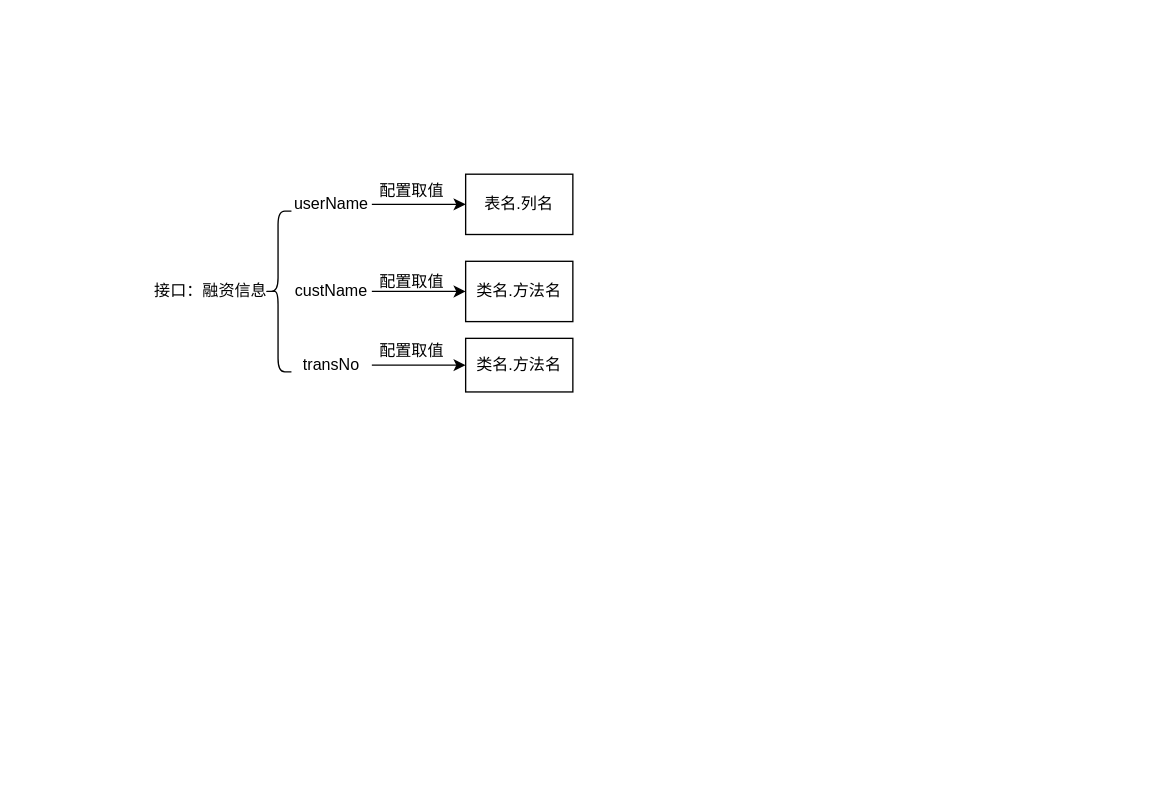
Above: 未命名绘图.drawio in zhouwenxing/draw.io (draw.io), before the change. Source tidied: cells renumbered, new cells numbered last; positions are measured from the earlier drawing's top-left corner, leaving out a move shared by most shapes. Both pictures are drawn from the tidied source at 134%, with x=0, y=0 at pixel (50, 170).
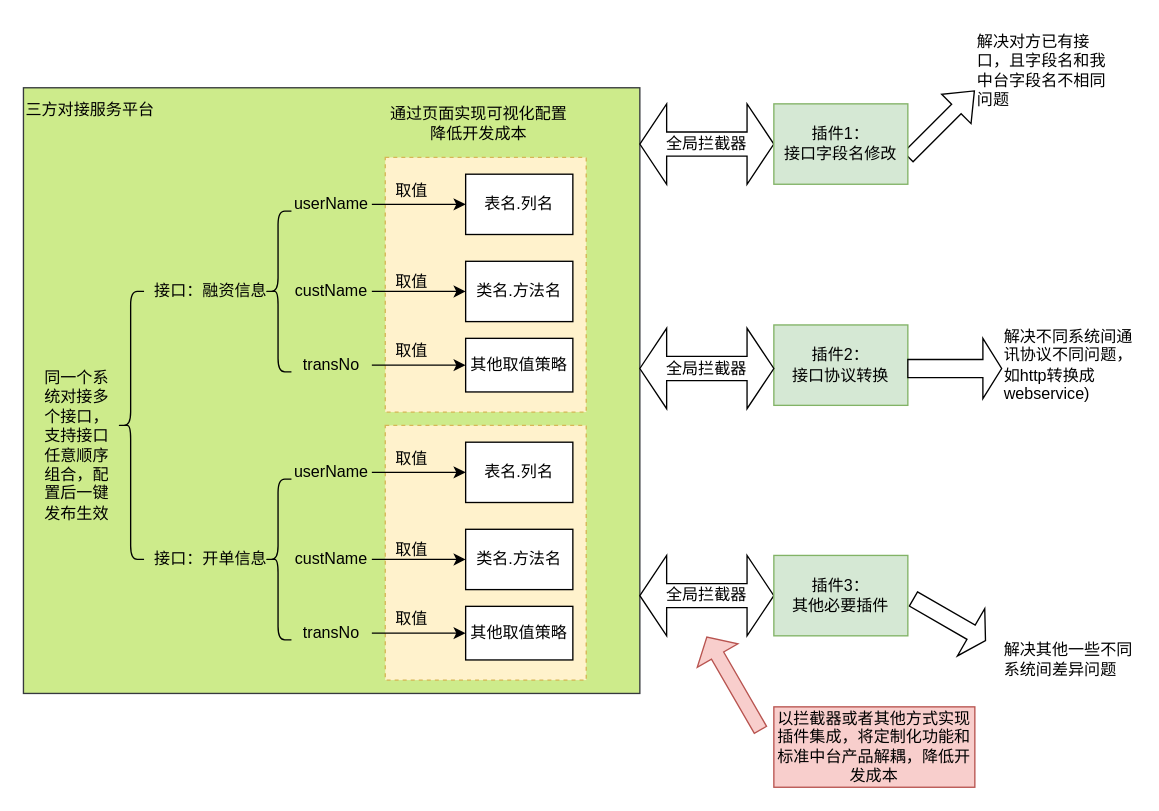
The same page after the edit.

Commit message:
三方对接平台.drawio

Change to the diagram source:
```diff
@@
+    <mxCell id="17" style="rounded=0;whiteSpace=wrap;html=1;fillColor=#cdeb8b;strokeColor=#36393d;" parent="1" vertex="1">
+      <mxGeometry x="-20" y="-62" width="460" height="452" as="geometry" />
+    </mxCell>
+    <mxCell id="18" style="rounded=0;whiteSpace=wrap;html=1;fillColor=#fff2cc;strokeColor=#d6b656;dashed=1;" parent="1" vertex="1">
+      <mxGeometry x="250" y="-10" width="150" height="190" as="geometry" />
+    </mxCell>
@@
-    <mxCell id="13" value="&lt;div&gt;类名.方法名&lt;/div&gt;" style="rounded=0;whiteSpace=wrap;html=1;" parent="1" vertex="1">
+    <mxCell id="13" value="其他取值策略" style="rounded=0;whiteSpace=wrap;html=1;" parent="1" vertex="1">
       <mxGeometry x="310" y="125" width="80" height="40" as="geometry" />
     </mxCell>
-    <mxCell id="14" value="&lt;span style=&quot;text-wrap-mode: nowrap;&quot;&gt;配置取值&lt;/span&gt;" style="text;html=1;align=center;verticalAlign=middle;whiteSpace=wrap;rounded=0;" parent="1" vertex="1">
+    <mxCell id="14" value="&lt;span style=&quot;text-wrap-mode: nowrap;&quot;&gt;取值&lt;/span&gt;" style="text;html=1;align=center;verticalAlign=middle;whiteSpace=wrap;rounded=0;" parent="1" vertex="1">
       <mxGeometry x="240" width="60" height="30" as="geometry" />
     </mxCell>
-    <mxCell id="15" value="&lt;span style=&quot;text-wrap-mode: nowrap;&quot;&gt;配置取值&lt;/span&gt;" style="text;html=1;align=center;verticalAlign=middle;whiteSpace=wrap;rounded=0;" parent="1" vertex="1">
+    <mxCell id="15" value="&lt;span style=&quot;text-wrap-mode: nowrap;&quot;&gt;取值&lt;/span&gt;" style="text;html=1;align=center;verticalAlign=middle;whiteSpace=wrap;rounded=0;" parent="1" vertex="1">
       <mxGeometry x="240" y="67.5" width="60" height="30" as="geometry" />
     </mxCell>
-    <mxCell id="16" value="&lt;span style=&quot;text-wrap-mode: nowrap;&quot;&gt;配置取值&lt;/span&gt;" style="text;html=1;align=center;verticalAlign=middle;whiteSpace=wrap;rounded=0;" parent="1" vertex="1">
+    <mxCell id="16" value="&lt;span style=&quot;text-wrap-mode: nowrap;&quot;&gt;取值&lt;/span&gt;" style="text;html=1;align=center;verticalAlign=middle;whiteSpace=wrap;rounded=0;" parent="1" vertex="1">
       <mxGeometry x="240" y="120" width="60" height="30" as="geometry" />
     </mxCell>
+    <mxCell id="19" value="通过页面实现可视化配置&lt;div&gt;降低开发成本&lt;/div&gt;" style="text;html=1;align=center;verticalAlign=middle;whiteSpace=wrap;rounded=0;" parent="1" vertex="1">
+      <mxGeometry x="240" y="-50" width="160" height="30" as="geometry" />
+    </mxCell>
+    <mxCell id="20" style="rounded=0;whiteSpace=wrap;html=1;fillColor=#fff2cc;strokeColor=#d6b656;dashed=1;" parent="1" vertex="1">
+      <mxGeometry x="250" y="190" width="150" height="190" as="geometry" />
+    </mxCell>
+    <mxCell id="21" style="edgeStyle=orthogonalEdgeStyle;rounded=0;jettySize=auto;html=1;" parent="1" edge="1" source="22" target="29">
+      <mxGeometry relative="1" as="geometry" />
+    </mxCell>
+    <mxCell id="22" value="&lt;span style=&quot;text-wrap-mode: nowrap;&quot;&gt;userName&lt;/span&gt;" style="text;html=1;align=center;verticalAlign=middle;whiteSpace=wrap;rounded=0;" parent="1" vertex="1">
+      <mxGeometry x="180" y="210" width="60" height="30" as="geometry" />
+    </mxCell>
+    <mxCell id="23" style="shape=curlyBracket;whiteSpace=wrap;html=1;rounded=1;labelPosition=left;verticalLabelPosition=middle;align=right;verticalAlign=middle;" parent="1" vertex="1">
+      <mxGeometry x="160" y="230" width="20" height="120" as="geometry" />
+    </mxCell>
+    <mxCell id="24" style="edgeStyle=orthogonalEdgeStyle;rounded=0;jettySize=auto;html=1;" parent="1" edge="1" source="25" target="30">
+      <mxGeometry relative="1" as="geometry" />
+    </mxCell>
+    <mxCell id="25" value="&lt;span style=&quot;text-wrap-mode: nowrap;&quot;&gt;custName&lt;/span&gt;" style="text;html=1;align=center;verticalAlign=middle;whiteSpace=wrap;rounded=0;" parent="1" vertex="1">
+      <mxGeometry x="180" y="275" width="60" height="30" as="geometry" />
+    </mxCell>
+    <mxCell id="26" style="edgeStyle=orthogonalEdgeStyle;rounded=0;jettySize=auto;html=1;" parent="1" edge="1" source="27" target="31">
+      <mxGeometry relative="1" as="geometry" />
+    </mxCell>
+    <mxCell id="27" value="&lt;span style=&quot;text-wrap-mode: nowrap;&quot;&gt;transNo&lt;/span&gt;" style="text;html=1;align=center;verticalAlign=middle;whiteSpace=wrap;rounded=0;" parent="1" vertex="1">
+      <mxGeometry x="180" y="330" width="60" height="30" as="geometry" />
+    </mxCell>
+    <mxCell id="28" value="&lt;span style=&quot;text-wrap-mode: nowrap;&quot;&gt;接口：开单信息&lt;/span&gt;" style="text;html=1;align=center;verticalAlign=middle;whiteSpace=wrap;rounded=0;" parent="1" vertex="1">
+      <mxGeometry x="90" y="275" width="60" height="30" as="geometry" />
+    </mxCell>
+    <mxCell id="29" value="&lt;div&gt;表名.列名&lt;/div&gt;" style="rounded=0;whiteSpace=wrap;html=1;" parent="1" vertex="1">
+      <mxGeometry x="310" y="202.5" width="80" height="45" as="geometry" />
+    </mxCell>
+    <mxCell id="30" value="&lt;div&gt;类名.方法名&lt;/div&gt;" style="rounded=0;whiteSpace=wrap;html=1;" parent="1" vertex="1">
+      <mxGeometry x="310" y="267.5" width="80" height="45" as="geometry" />
+    </mxCell>
+    <mxCell id="31" value="其他取值策略" style="rounded=0;whiteSpace=wrap;html=1;" parent="1" vertex="1">
+      <mxGeometry x="310" y="325" width="80" height="40" as="geometry" />
+    </mxCell>
+    <mxCell id="32" value="&lt;span style=&quot;text-wrap-mode: nowrap;&quot;&gt;取值&lt;/span&gt;" style="text;html=1;align=center;verticalAlign=middle;whiteSpace=wrap;rounded=0;" parent="1" vertex="1">
+      <mxGeometry x="240" y="200" width="60" height="30" as="geometry" />
+    </mxCell>
+    <mxCell id="33" value="&lt;span style=&quot;text-wrap-mode: nowrap;&quot;&gt;取值&lt;/span&gt;" style="text;html=1;align=center;verticalAlign=middle;whiteSpace=wrap;rounded=0;" parent="1" vertex="1">
+      <mxGeometry x="240" y="267.5" width="60" height="30" as="geometry" />
+    </mxCell>
+    <mxCell id="34" value="&lt;span style=&quot;text-wrap-mode: nowrap;&quot;&gt;取值&lt;/span&gt;" style="text;html=1;align=center;verticalAlign=middle;whiteSpace=wrap;rounded=0;" parent="1" vertex="1">
+      <mxGeometry x="240" y="320" width="60" height="30" as="geometry" />
+    </mxCell>
+    <mxCell id="35" style="shape=curlyBracket;whiteSpace=wrap;html=1;rounded=1;labelPosition=left;verticalLabelPosition=middle;align=right;verticalAlign=middle;" parent="1" vertex="1">
+      <mxGeometry x="50" y="90" width="20" height="200" as="geometry" />
+    </mxCell>
+    <mxCell id="36" value="同一个系统对接多个接口，支持接口任意顺序组合，配置后一键发布生效" style="text;html=1;align=center;verticalAlign=middle;whiteSpace=wrap;rounded=0;" parent="1" vertex="1">
+      <mxGeometry x="-10" y="105" width="60" height="200" as="geometry" />
+    </mxCell>
+    <mxCell id="37" value="全局拦截器" style="shape=doubleArrow;whiteSpace=wrap;html=1;" parent="1" vertex="1">
+      <mxGeometry x="440" y="-50" width="100" height="60" as="geometry" />
+    </mxCell>
+    <mxCell id="38" value="插件2：&lt;div&gt;接口协议转换&lt;/div&gt;" style="rounded=0;whiteSpace=wrap;html=1;fillColor=#d5e8d4;strokeColor=#82b366;" parent="1" vertex="1">
+      <mxGeometry x="540" y="115" width="100" height="60" as="geometry" />
+    </mxCell>
+    <mxCell id="39" value="全局拦截器" style="shape=doubleArrow;whiteSpace=wrap;html=1;" parent="1" vertex="1">
+      <mxGeometry x="440" y="117.5" width="100" height="60" as="geometry" />
+    </mxCell>
+    <mxCell id="40" value="全局拦截器" style="shape=doubleArrow;whiteSpace=wrap;html=1;" parent="1" vertex="1">
+      <mxGeometry x="440" y="287" width="100" height="60" as="geometry" />
+    </mxCell>
+    <mxCell id="41" style="shape=flexArrow;endArrow=classic;html=1;rounded=0;" parent="1" edge="1">
+      <mxGeometry relative="1" as="geometry">
+        <mxPoint x="640" y="-10" as="sourcePoint" />
+        <mxPoint x="690" y="-60" as="targetPoint" />
+      </mxGeometry>
+    </mxCell>
+    <mxCell id="42" value="解决对方已有接口，且字段名和我中台字段名不相同问题" style="text;html=1;align=left;verticalAlign=middle;whiteSpace=wrap;rounded=0;" parent="1" vertex="1">
+      <mxGeometry x="690" y="-110" width="100" height="70" as="geometry" />
+    </mxCell>
+    <mxCell id="43" style="shape=singleArrow;whiteSpace=wrap;html=1;" parent="1" vertex="1">
+      <mxGeometry x="640" y="125" width="70" height="45" as="geometry" />
+    </mxCell>
+    <mxCell id="44" value="解决不同系统间通讯协议不同问题，如http转换成webservice)" style="text;html=1;align=left;verticalAlign=middle;whiteSpace=wrap;rounded=0;" parent="1" vertex="1">
+      <mxGeometry x="710" y="110" width="100" height="70" as="geometry" />
+    </mxCell>
+    <mxCell id="45" value="解决其他一些不同系统间差异问题" style="text;html=1;align=left;verticalAlign=middle;whiteSpace=wrap;rounded=0;" parent="1" vertex="1">
+      <mxGeometry x="710" y="330" width="100" height="70" as="geometry" />
+    </mxCell>
+    <mxCell id="46" style="shape=singleArrow;whiteSpace=wrap;html=1;rotation=30;" parent="1" vertex="1">
+      <mxGeometry x="640" y="314.6" width="62.1" height="40.8" as="geometry" />
+    </mxCell>
+    <mxCell id="47" value="插件1：&lt;div&gt;接口字段名修改&lt;/div&gt;" style="rounded=0;whiteSpace=wrap;html=1;fillColor=#d5e8d4;strokeColor=#82b366;" parent="1" vertex="1">
+      <mxGeometry x="540" y="-50" width="100" height="60" as="geometry" />
+    </mxCell>
+    <mxCell id="48" value="插件3：&lt;div&gt;其他必要插件&lt;/div&gt;" style="rounded=0;whiteSpace=wrap;html=1;fillColor=#d5e8d4;strokeColor=#82b366;" parent="1" vertex="1">
+      <mxGeometry x="540" y="287" width="100" height="60" as="geometry" />
+    </mxCell>
+    <mxCell id="49" style="shape=singleArrow;whiteSpace=wrap;html=1;rotation=-120;fillColor=#f8cecc;strokeColor=#b85450;" parent="1" vertex="1">
+      <mxGeometry x="470" y="365" width="80" height="35" as="geometry" />
+    </mxCell>
+    <mxCell id="50" value="以拦截器或者其他方式实现插件集成，将定制化功能和标准中台产品解耦，降低开发成本" style="rounded=0;whiteSpace=wrap;html=1;fillColor=#f8cecc;strokeColor=#b85450;" parent="1" vertex="1">
+      <mxGeometry x="540" y="400" width="150" height="60" as="geometry" />
+    </mxCell>
+    <mxCell id="51" value="三方对接服务平台" style="text;html=1;align=center;verticalAlign=middle;whiteSpace=wrap;rounded=0;" parent="1" vertex="1">
+      <mxGeometry x="-20" y="-60" width="100" height="30" as="geometry" />
+    </mxCell>
```
